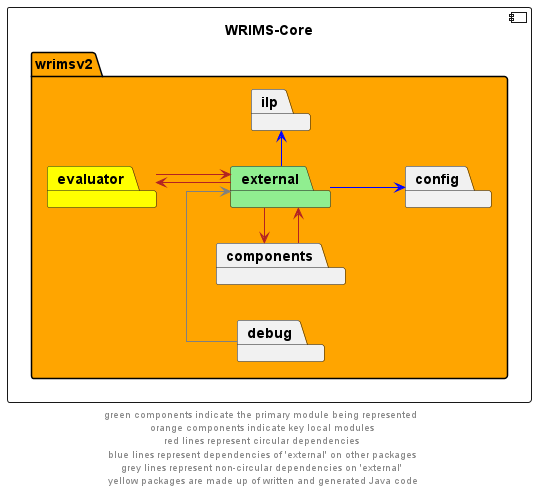
Earlier version of the PlantUML export docs/diagrams/wrims-core/wrims-core_external.png (CentralValleyModeling/wrims-engine).
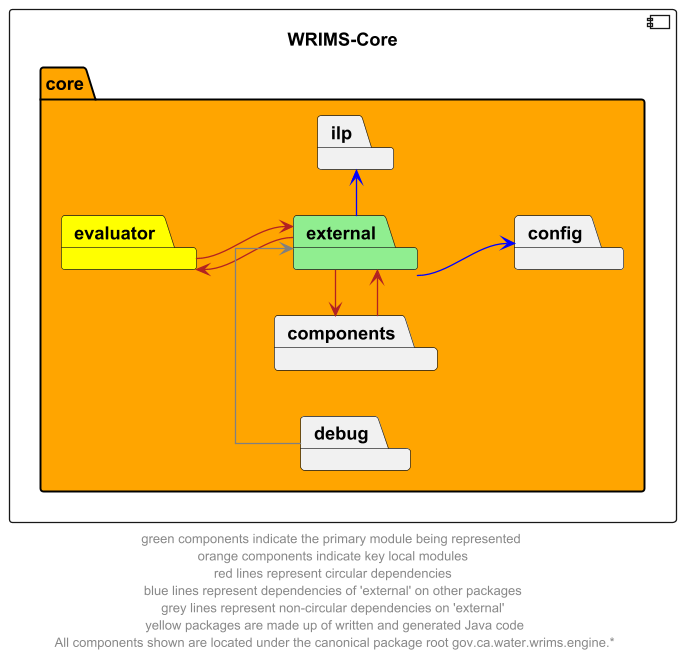
The same diagram one commit later.

What changed in the source:
```diff
@@ -3,7 +3,7 @@
 skinparam linetype ortho
 
 component wrims_core as "WRIMS-Core" {
-    package wrimsv2  #orange{
+    package core  #orange{
         package external #lightgreen
         package components
         package config
@@ -26,5 +26,5 @@
 
 components -u[hidden]-> evaluator
 
-footer "green components indicate the primary module being represented \n orange components indicate key local modules \n red lines represent circular dependencies \n blue lines represent dependencies of 'external' on other packages \n grey lines represent non-circular dependencies on 'external' \n yellow packages are made up of written and generated Java code"
+footer "green components indicate the primary module being represented \n orange components indicate key local modules \n red lines represent circular dependencies \n blue lines represent dependencies of 'external' on other packages \n grey lines represent non-circular dependencies on 'external' \n yellow packages are made up of written and generated Java code\n All components shown are located under the canonical package root gov.ca.water.wrims.engine.*"
 @enduml
```
